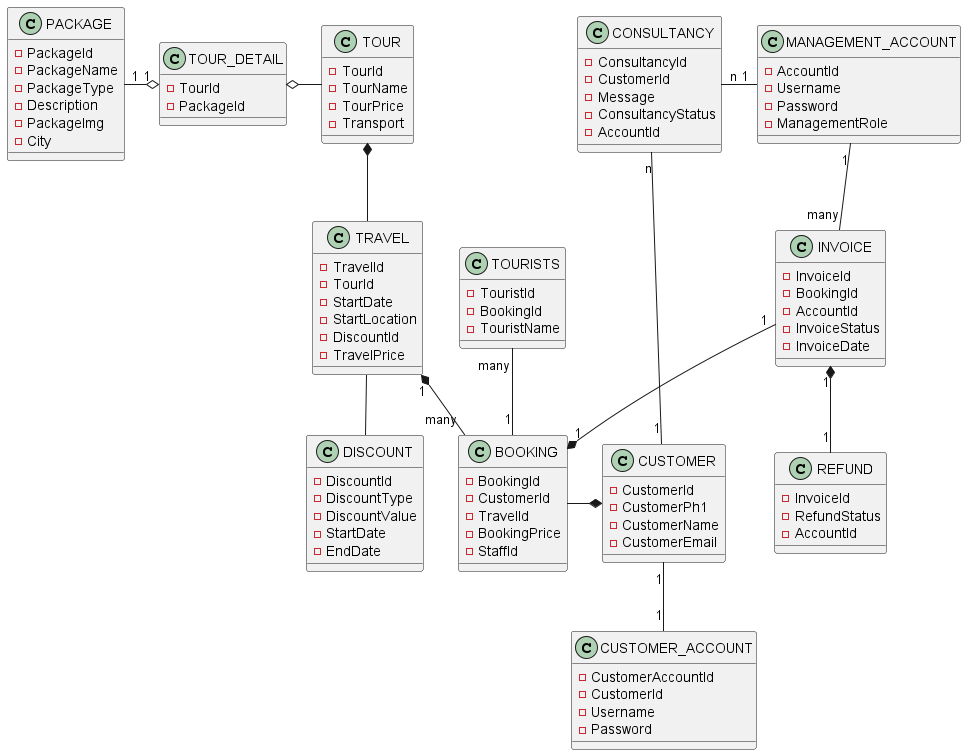
The PlantUML diagram Lab 1.2/Class/Class.png in thtuanlegithub/SE357-Practice-class, before a commit. The source it was exported from:
```plantuml
@startuml
class PACKAGE{
    -PackageId
    -PackageName
    -PackageType
    -Description
    -PackageImg
    -City
}
class TOUR{
    -TourId
    -TourName
    -TourPrice
    -Transport
}
PACKAGE "1" -o "1" TOUR_DETAIL
TOUR_DETAIL o- TOUR
TOUR *-- TRAVEL
class TOUR_DETAIL{
    -TourId
    -PackageId
}
TRAVEL -- DISCOUNT
class TRAVEL{
    -TravelId
    -TourId
    -StartDate
    -StartLocation
    -DiscountId
    -TravelPrice
}
class DISCOUNT{
    -DiscountId
    -DiscountType
    -DiscountValue
    -StartDate
    -EndDate
}
TRAVEL "1" *-- "many" BOOKING
BOOKING -* CUSTOMER
class BOOKING{
    -BookingId
    -CustomerId
    -TravelId
    -BookingPrice
    -StaffId
}
TOURISTS "many" -- "1" BOOKING
class TOURISTS{
    -TouristId
    -BookingId
    -TouristName
}

INVOICE "1" --* "1" BOOKING
class INVOICE{
    -InvoiceId
    -BookingId
    -AccountId
    -InvoiceStatus
    -InvoiceDate
}
INVOICE "1" *-- "1" REFUND
class REFUND{
    -InvoiceId
    -RefundStatus
    -AccountId
}
MANAGEMENT_ACCOUNT "1" -- "many" INVOICE
class MANAGEMENT_ACCOUNT{
    -AccountId
    -Username
    -Password
    -ManagementRole
}

CUSTOMER "1" -- "1" CUSTOMER_ACCOUNT
class CUSTOMER_ACCOUNT{
    -CustomerAccountId
    -CustomerId
    -Username
    -Password
}
class CUSTOMER {
    -CustomerId
    -CustomerPh1
    -CustomerName
    -CustomerEmail
}
CONSULTANCY "n" -- "1" CUSTOMER
class CONSULTANCY{
    -ConsultancyId
    -CustomerId
    -Message
    -ConsultancyStatus
    -AccountId
}
CONSULTANCY "n" - "1" MANAGEMENT_ACCOUNT
@enduml
```
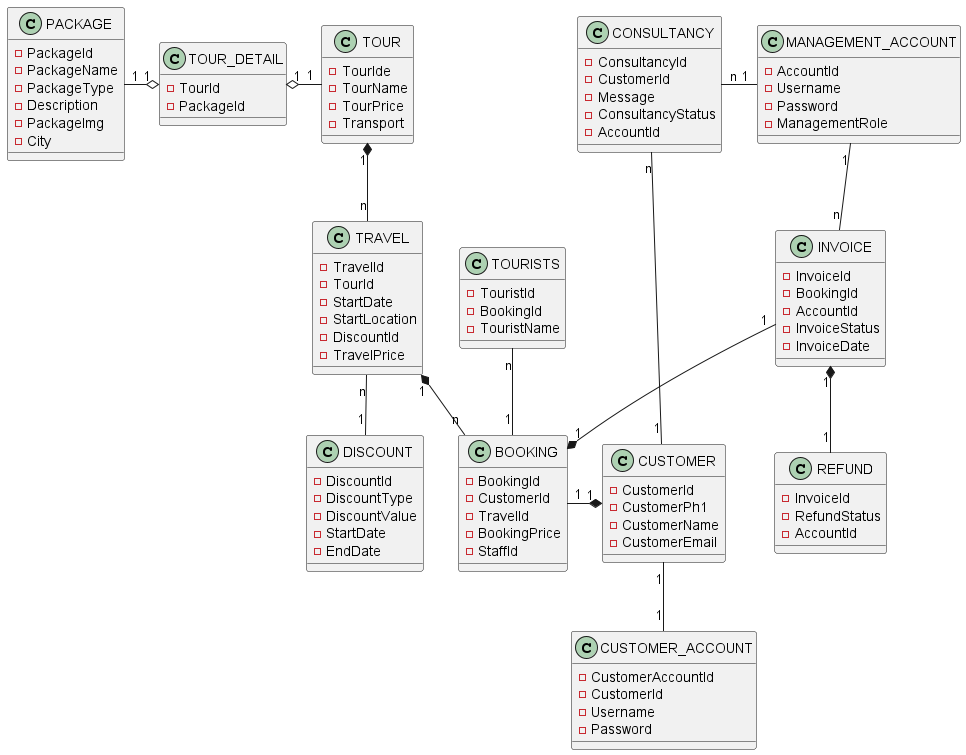
After the change.

Diff of the diagram source:
```diff
@@ -8,19 +8,19 @@
     -City
 }
 class TOUR{
-    -TourId
+    -TourIde
     -TourName
     -TourPrice
     -Transport
 }
 PACKAGE "1" -o "1" TOUR_DETAIL
-TOUR_DETAIL o- TOUR
-TOUR *-- TRAVEL
+TOUR_DETAIL "1" o- "1" TOUR
+TOUR "1" *-- "n" TRAVEL
 class TOUR_DETAIL{
     -TourId
     -PackageId
 }
-TRAVEL -- DISCOUNT
+TRAVEL "n" -- "1" DISCOUNT
 class TRAVEL{
     -TravelId
     -TourId
@@ -36,8 +36,8 @@
     -StartDate
     -EndDate
 }
-TRAVEL "1" *-- "many" BOOKING
-BOOKING -* CUSTOMER
+TRAVEL "1" *-- "n" BOOKING
+BOOKING "1" -* "1" CUSTOMER
 class BOOKING{
     -BookingId
     -CustomerId
@@ -45,7 +45,7 @@
     -BookingPrice
     -StaffId
 }
-TOURISTS "many" -- "1" BOOKING
+TOURISTS "n" -- "1" BOOKING
 class TOURISTS{
     -TouristId
     -BookingId
@@ -66,7 +66,7 @@
     -RefundStatus
     -AccountId
 }
-MANAGEMENT_ACCOUNT "1" -- "many" INVOICE
+MANAGEMENT_ACCOUNT "1" -- "n" INVOICE
 class MANAGEMENT_ACCOUNT{
     -AccountId
     -Username
```
